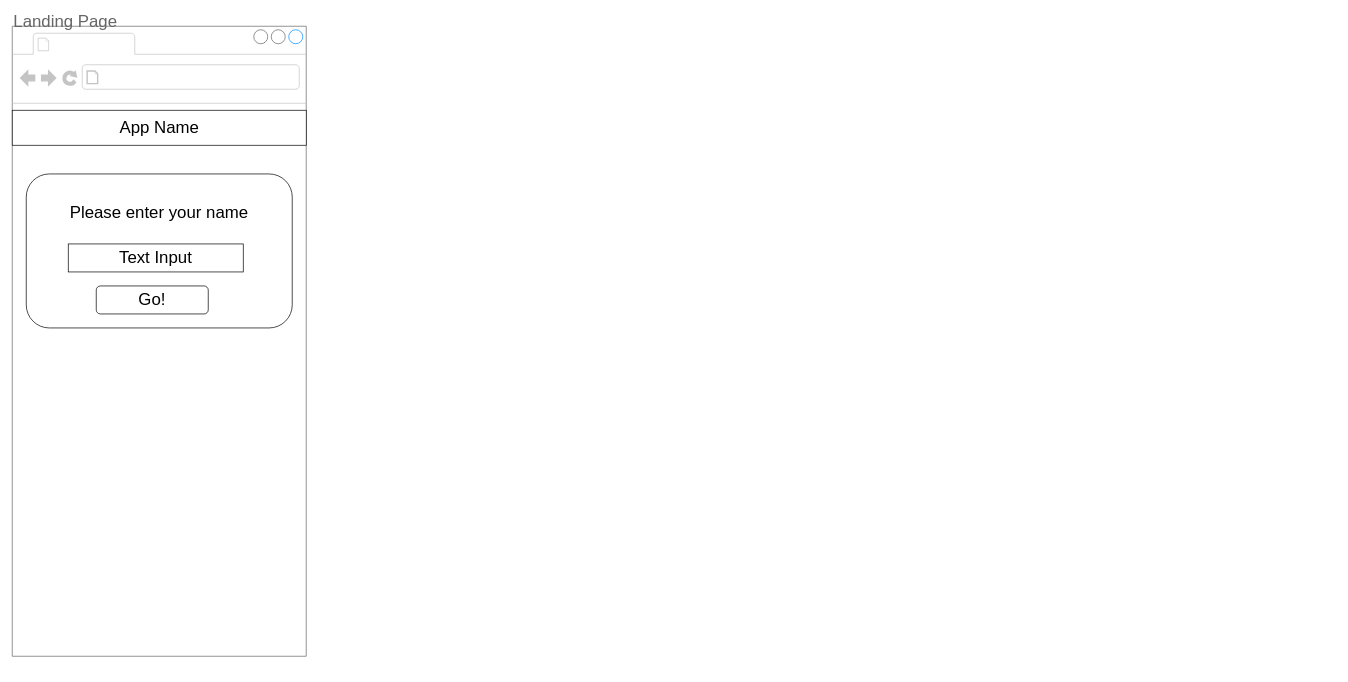
Above: Specifications/LandingPage.drawio in mcrcodes-daytimemonks/quiz-app (draw.io), before the change. Source tidied: cells renumbered, new cells numbered last; positions are measured from the earlier drawing's top-left corner, leaving out a move shared by most shapes. Both pictures are drawn from the tidied source at 70%, with x=0, y=0 at pixel (12, 13).
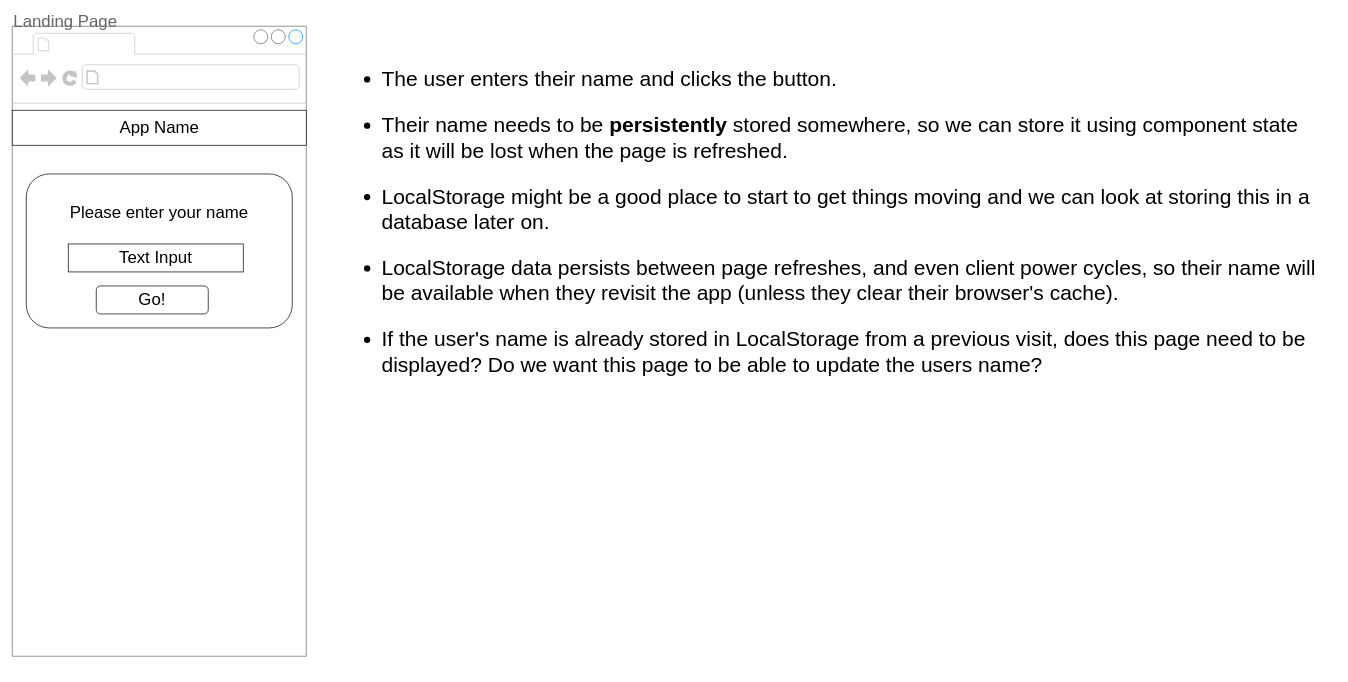
Above is the later version.

Commit message:
specs: LandingPage

Adds considerations for component logic/behaviour

Change to the diagram source:
```diff
@@
 <mxGraphModel>
   <root>
     <mxCell id="0" />
     <mxCell id="1" parent="0" />
     <mxCell id="2" style="group;" parent="1" vertex="1">
       <mxGeometry width="420" height="938" as="geometry" />
     </mxCell>
     <mxCell id="3" style="strokeWidth=1;shadow=0;dashed=0;align=center;html=1;shape=mxgraph.mockup.containers.browserWindow;rSize=0;strokeColor=#666666;mainText=,;rounded=0;labelBackgroundColor=none;fontFamily=Verdana;fontSize=12;" parent="2" vertex="1">
       <mxGeometry y="19" width="420" height="900" as="geometry" />
     </mxCell>
     <mxCell id="4" value="&lt;font style=&quot;font-size: 24px&quot;&gt;Landing Page&lt;/font&gt;" style="strokeWidth=1;shadow=0;dashed=0;align=center;html=1;shape=mxgraph.mockup.containers.anchor;fontSize=17;fontColor=#666666;align=left;" parent="2" vertex="1">
       <mxGeometry width="110" height="26" as="geometry" />
     </mxCell>
     <mxCell id="5" style="rounded=0;whiteSpace=wrap;html=1;fontSize=24;" parent="2" vertex="1">
       <mxGeometry y="139" width="420" height="50" as="geometry" />
     </mxCell>
     <mxCell id="6" value="App Name" style="text;html=1;strokeColor=none;fillColor=none;align=center;verticalAlign=middle;whiteSpace=wrap;rounded=0;fontSize=24;" parent="2" vertex="1">
       <mxGeometry x="127.5" y="149" width="165" height="30" as="geometry" />
     </mxCell>
     <mxCell id="7" style="rounded=1;whiteSpace=wrap;html=1;fontSize=24;" parent="2" vertex="1">
       <mxGeometry x="20" y="230" width="380" height="220" as="geometry" />
     </mxCell>
     <mxCell id="8" value="Please enter your name" style="text;html=1;strokeColor=none;fillColor=none;align=center;verticalAlign=middle;whiteSpace=wrap;rounded=0;fontSize=24;" parent="2" vertex="1">
       <mxGeometry x="50" y="260" width="320" height="50" as="geometry" />
     </mxCell>
     <mxCell id="9" value="Text Input" style="rounded=0;whiteSpace=wrap;html=1;fontSize=24;" parent="2" vertex="1">
       <mxGeometry x="80" y="330" width="250" height="40" as="geometry" />
     </mxCell>
     <mxCell id="10" value="Go!" style="rounded=1;whiteSpace=wrap;html=1;fontSize=24;" parent="2" vertex="1">
       <mxGeometry x="120" y="390" width="160" height="40" as="geometry" />
     </mxCell>
+    <mxCell id="11" value="&lt;div&gt;&lt;/div&gt;&lt;span style=&quot;font-size: 30px&quot;&gt;&lt;ul&gt;&lt;li&gt;&lt;span&gt;The user enters their name and clicks the button.&amp;nbsp;&lt;/span&gt;&lt;/li&gt;&lt;/ul&gt;&lt;ul&gt;&lt;li&gt;&lt;span style=&quot;font-size: 30px&quot;&gt;Their name needs to be &lt;b&gt;persistently&lt;/b&gt; stored somewhere, so we can store it using component state as it will be lost when the page is refreshed.&amp;nbsp;&lt;/span&gt;&lt;/li&gt;&lt;/ul&gt;&lt;ul&gt;&lt;li&gt;&lt;span style=&quot;font-size: 30px&quot;&gt;LocalStorage might be a good place to start to get things moving and we can look at storing this in a database later on.&amp;nbsp;&lt;/span&gt;&lt;/li&gt;&lt;/ul&gt;&lt;ul&gt;&lt;li&gt;&lt;span style=&quot;font-size: 30px&quot;&gt;LocalStorage data persists between page refreshes, and even client power cycles, so their name will be available when they revisit the app (unless they clear their browser's cache).&lt;/span&gt;&lt;/li&gt;&lt;/ul&gt;&lt;ul&gt;&lt;li&gt;&lt;span style=&quot;font-size: 30px&quot;&gt;If the user's name is already stored in LocalStorage from a previous visit, does this page need to be displayed? Do we want this page to be able to update the users name?&lt;/span&gt;&lt;/li&gt;&lt;/ul&gt;&lt;/span&gt;" style="text;html=1;strokeColor=none;fillColor=default;align=left;verticalAlign=top;whiteSpace=wrap;rounded=0;gradientColor=none;horizontal=1;spacingTop=0;spacingLeft=16;spacingRight=16;" parent="1" vertex="1">
+      <mxGeometry x="470" y="40" width="1420" height="870" as="geometry" />
+    </mxCell>
   </root>
 </mxGraphModel>
```
